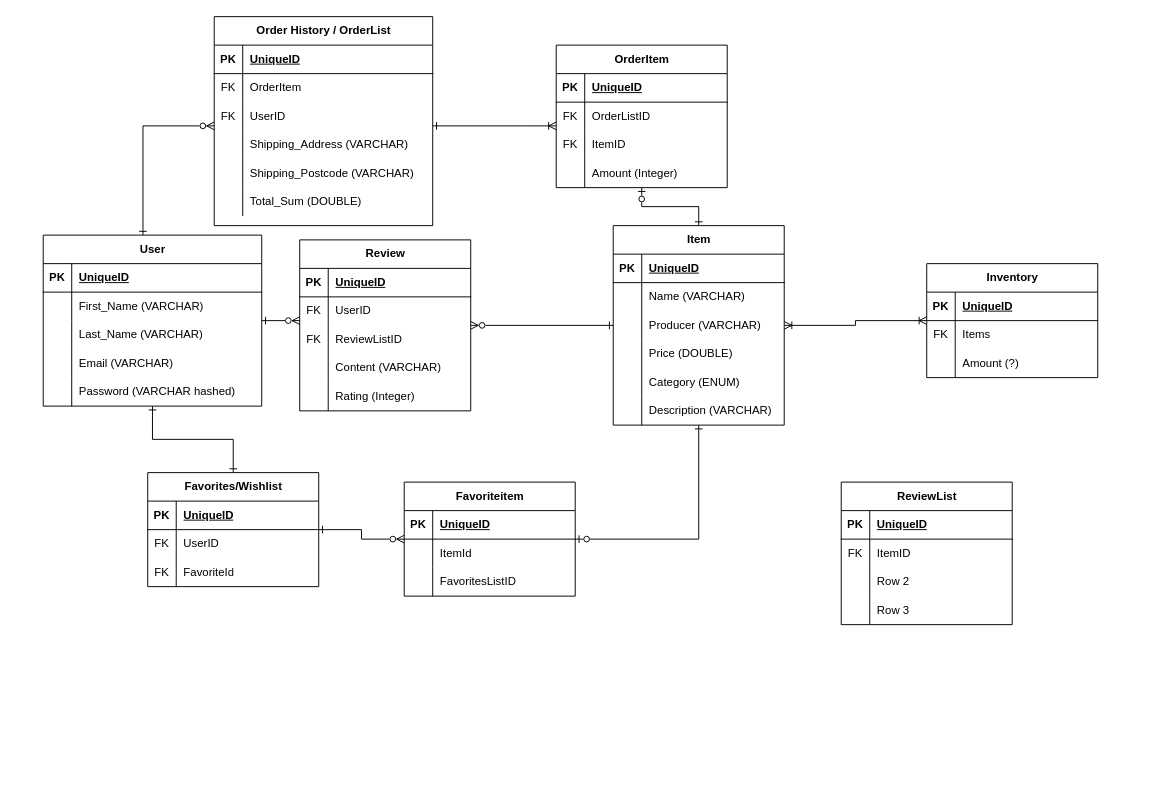
TheGrevling/Boolean-Project keeps this draw.io diagram as documentation/ER diagram.drawio. Above is the earlier version. Source tidied: cells renumbered, new cells numbered last; positions are measured from the earlier drawing's top-left corner, leaving out a move shared by most shapes. Both pictures are drawn from the tidied source at 95%, with x=0, y=0 at pixel (43, 16).
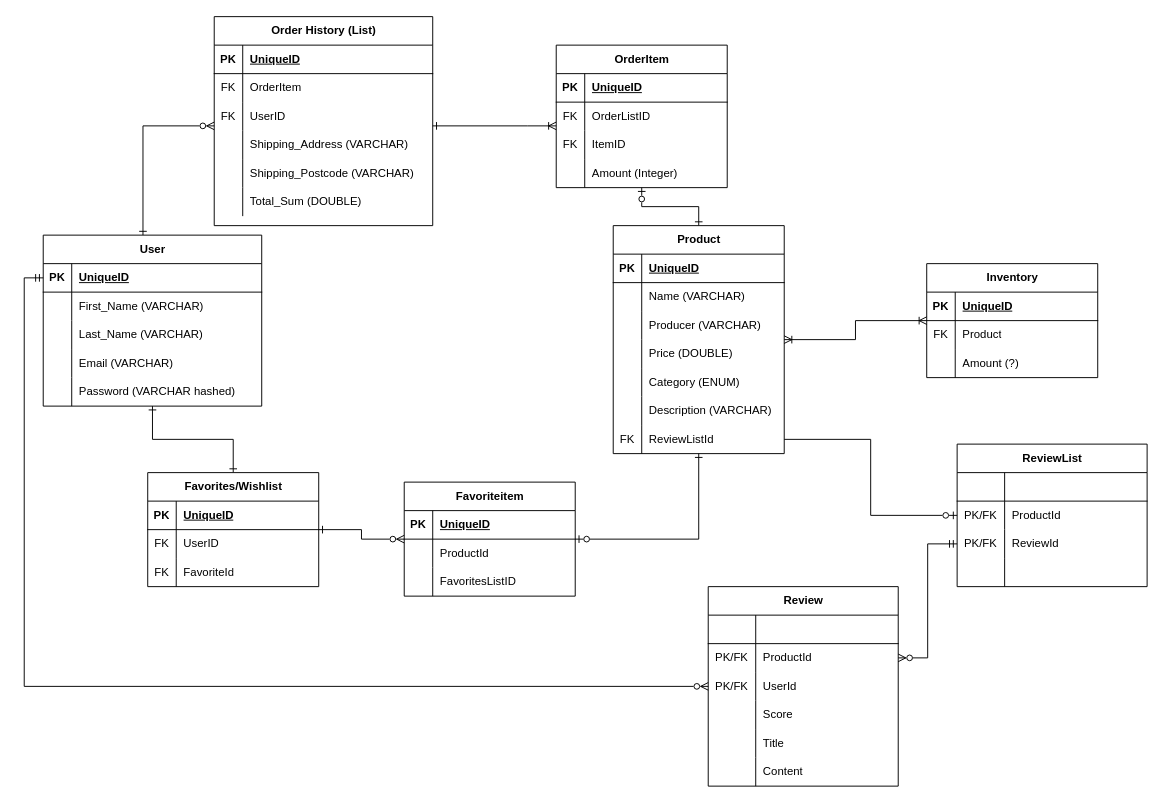
Above is the later version.

The change refers to these unchanged cells:
```xml
<mxCell id="5" value="User" style="shape=table;startSize=30;childLayout=tableLayout;rowLines=0;fontStyle=1;align=center;html=1;" parent="1" vertex="1">
  <mxGeometry y="230" width="230" height="180" as="geometry" />
</mxCell>
<mxCell id="6" style="shape=tableRow;horizontal=0;startSize=0;swimlaneHead=0;swimlaneBody=0;fillColor=none;points=[[0,0.5],[1,0.5]];portConstraint=eastwest;top=0;left=0;right=0;bottom=1;" parent="5" vertex="1">
  <mxGeometry y="30" width="230" height="30" as="geometry" />
</mxCell>
<mxCell id="66" style="shape=tableRow;horizontal=0;startSize=0;swimlaneHead=0;swimlaneBody=0;fillColor=none;top=0;left=0;right=0;bottom=0;" parent="62" vertex="1">
  <mxGeometry y="60" width="180" height="30" as="geometry" />
</mxCell>
<mxCell id="105" style="shape=tableRow;horizontal=0;startSize=0;swimlaneHead=0;swimlaneBody=0;fillColor=none;top=0;left=0;right=0;bottom=0;" parent="101" vertex="1">
  <mxGeometry y="60" width="180" height="30" as="geometry" />
</mxCell>
```

Change to the diagram source:
```diff
@@
-    <mxCell id="2" style="edgeStyle=orthogonalEdgeStyle;rounded=0;jettySize=auto;html=1;startArrow=ERone;startFill=0;endArrow=ERzeroToMany;endFill=0;" parent="1" edge="1" source="5" target="73">
-      <mxGeometry relative="1" as="geometry">
-        <Array as="points">
-          <mxPoint x="100" y="330" />
-        </Array>
-      </mxGeometry>
-    </mxCell>
@@
-    <mxCell id="22" value="Order History / OrderList" style="shape=table;startSize=30;childLayout=tableLayout;rowLines=0;fontStyle=1;align=center;html=1;" parent="1" vertex="1">
+    <mxCell id="22" value="Order History (List)" style="shape=table;startSize=30;childLayout=tableLayout;rowLines=0;fontStyle=1;align=center;html=1;" parent="1" vertex="1">
       <mxGeometry x="180" width="230" height="220" as="geometry" />
     </mxCell>
@@
-    <mxCell id="42" value="Item" style="shape=table;startSize=30;childLayout=tableLayout;rowLines=0;fontStyle=1;align=center;html=1;" parent="1" vertex="1">
-      <mxGeometry x="600" y="220" width="180" height="210" as="geometry" />
+    <mxCell id="42" value="Product" style="shape=table;startSize=30;childLayout=tableLayout;rowLines=0;fontStyle=1;align=center;html=1;" parent="1" vertex="1">
+      <mxGeometry x="600" y="220" width="180" height="240" as="geometry" />
     </mxCell>
@@
+    <mxCell id="137" style="shape=tableRow;horizontal=0;startSize=0;swimlaneHead=0;swimlaneBody=0;fillColor=none;points=[[0,0.5],[1,0.5]];portConstraint=eastwest;top=0;left=0;right=0;bottom=0;" parent="42" vertex="1">
+      <mxGeometry y="210" width="180" height="30" as="geometry" />
+    </mxCell>
+    <mxCell id="138" value="FK" style="shape=partialRectangle;fillColor=none;top=0;left=0;bottom=0;right=0;overflow=hidden;whiteSpace=wrap;html=1;" parent="137" vertex="1">
+      <mxGeometry width="30" height="30" as="geometry" />
+    </mxCell>
+    <mxCell id="139" value="ReviewListId" style="shape=partialRectangle;fillColor=none;top=0;left=0;bottom=0;right=0;align=left;spacingLeft=6;overflow=hidden;whiteSpace=wrap;html=1;" parent="137" vertex="1">
+      <mxGeometry x="30" width="150" height="30" as="geometry" />
+    </mxCell>
@@
-    <mxCell id="68" value="Items" style="shape=partialRectangle;fillColor=none;top=0;left=0;bottom=0;right=0;align=left;spacingLeft=6;overflow=hidden;whiteSpace=wrap;html=1;" parent="66" vertex="1">
+    <mxCell id="68" value="Product" style="shape=partialRectangle;fillColor=none;top=0;left=0;bottom=0;right=0;align=left;spacingLeft=6;overflow=hidden;whiteSpace=wrap;html=1;" parent="66" vertex="1">
       <mxGeometry x="30" width="150" height="30" as="geometry" />
     </mxCell>
@@
-    <mxCell id="72" style="edgeStyle=orthogonalEdgeStyle;rounded=0;jettySize=auto;html=1;startArrow=ERzeroToMany;startFill=0;endArrow=ERone;endFill=0;" parent="1" edge="1" source="73" target="42">
-      <mxGeometry relative="1" as="geometry" />
-    </mxCell>
-    <mxCell id="73" value="Review" style="shape=table;startSize=30;childLayout=tableLayout;rowLines=0;fontStyle=1;align=center;html=1;" parent="1" vertex="1">
-      <mxGeometry x="270" y="235" width="180" height="180" as="geometry" />
-    </mxCell>
-    <mxCell id="74" style="shape=tableRow;horizontal=0;startSize=0;swimlaneHead=0;swimlaneBody=0;fillColor=none;top=0;left=0;right=0;bottom=1;" parent="73" vertex="1">
-      <mxGeometry y="30" width="180" height="30" as="geometry" />
-    </mxCell>
-    <mxCell id="75" value="PK" style="shape=partialRectangle;fillColor=none;top=0;left=0;bottom=0;right=0;fontStyle=1;overflow=hidden;whiteSpace=wrap;html=1;" parent="74" vertex="1">
-      <mxGeometry width="30" height="30" as="geometry" />
-    </mxCell>
-    <mxCell id="76" value="UniqueID" style="shape=partialRectangle;fillColor=none;top=0;left=0;bottom=0;right=0;align=left;spacingLeft=6;fontStyle=5;overflow=hidden;whiteSpace=wrap;html=1;" parent="74" vertex="1">
-      <mxGeometry x="30" width="150" height="30" as="geometry" />
-    </mxCell>
-    <mxCell id="77" style="shape=tableRow;horizontal=0;startSize=0;swimlaneHead=0;swimlaneBody=0;fillColor=none;top=0;left=0;right=0;bottom=0;" parent="73" vertex="1">
-      <mxGeometry y="60" width="180" height="30" as="geometry" />
-    </mxCell>
-    <mxCell id="78" value="FK" style="shape=partialRectangle;fillColor=none;top=0;left=0;bottom=0;right=0;overflow=hidden;whiteSpace=wrap;html=1;" parent="77" vertex="1">
-      <mxGeometry width="30" height="30" as="geometry" />
-    </mxCell>
-    <mxCell id="79" value="UserID" style="shape=partialRectangle;fillColor=none;top=0;left=0;bottom=0;right=0;align=left;spacingLeft=6;overflow=hidden;whiteSpace=wrap;html=1;" parent="77" vertex="1">
-      <mxGeometry x="30" width="150" height="30" as="geometry" />
-    </mxCell>
-    <mxCell id="80" style="shape=tableRow;horizontal=0;startSize=0;swimlaneHead=0;swimlaneBody=0;fillColor=none;top=0;left=0;right=0;bottom=0;" parent="73" vertex="1">
-      <mxGeometry y="90" width="180" height="30" as="geometry" />
-    </mxCell>
-    <mxCell id="81" value="FK" style="shape=partialRectangle;fillColor=none;top=0;left=0;bottom=0;right=0;overflow=hidden;whiteSpace=wrap;html=1;" parent="80" vertex="1">
-      <mxGeometry width="30" height="30" as="geometry" />
-    </mxCell>
-    <mxCell id="82" value="ReviewListID" style="shape=partialRectangle;fillColor=none;top=0;left=0;bottom=0;right=0;align=left;spacingLeft=6;overflow=hidden;whiteSpace=wrap;html=1;" parent="80" vertex="1">
-      <mxGeometry x="30" width="150" height="30" as="geometry" />
-    </mxCell>
-    <mxCell id="83" style="shape=tableRow;horizontal=0;startSize=0;swimlaneHead=0;swimlaneBody=0;fillColor=none;top=0;left=0;right=0;bottom=0;" parent="73" vertex="1">
-      <mxGeometry y="120" width="180" height="30" as="geometry" />
-    </mxCell>
-    <mxCell id="84" style="shape=partialRectangle;fillColor=none;top=0;left=0;bottom=0;right=0;overflow=hidden;whiteSpace=wrap;html=1;" parent="83" vertex="1">
-      <mxGeometry width="30" height="30" as="geometry" />
-    </mxCell>
-    <mxCell id="85" value="Content (VARCHAR)" style="shape=partialRectangle;fillColor=none;top=0;left=0;bottom=0;right=0;align=left;spacingLeft=6;overflow=hidden;whiteSpace=wrap;html=1;" parent="83" vertex="1">
-      <mxGeometry x="30" width="150" height="30" as="geometry" />
-    </mxCell>
-    <mxCell id="86" style="shape=tableRow;horizontal=0;startSize=0;swimlaneHead=0;swimlaneBody=0;fillColor=none;top=0;left=0;right=0;bottom=0;" parent="73" vertex="1">
-      <mxGeometry y="150" width="180" height="30" as="geometry" />
-    </mxCell>
-    <mxCell id="87" style="shape=partialRectangle;fillColor=none;top=0;left=0;bottom=0;right=0;overflow=hidden;whiteSpace=wrap;html=1;" parent="86" vertex="1">
-      <mxGeometry width="30" height="30" as="geometry" />
-    </mxCell>
-    <mxCell id="88" value="Rating (Integer)" style="shape=partialRectangle;fillColor=none;top=0;left=0;bottom=0;right=0;align=left;spacingLeft=6;overflow=hidden;whiteSpace=wrap;html=1;" parent="86" vertex="1">
-      <mxGeometry x="30" width="150" height="30" as="geometry" />
-    </mxCell>
@@
-    <mxCell id="107" value="ItemId" style="shape=partialRectangle;fillColor=none;top=0;left=0;bottom=0;right=0;align=left;spacingLeft=6;overflow=hidden;whiteSpace=wrap;html=1;" parent="105" vertex="1">
+    <mxCell id="107" value="ProductId" style="shape=partialRectangle;fillColor=none;top=0;left=0;bottom=0;right=0;align=left;spacingLeft=6;overflow=hidden;whiteSpace=wrap;html=1;" parent="105" vertex="1">
       <mxGeometry x="30" width="150" height="30" as="geometry" />
     </mxCell>
@@
     <mxCell id="124" value="ReviewList" style="shape=table;startSize=30;childLayout=tableLayout;rowLines=0;fontStyle=1;align=center;html=1;" parent="1" vertex="1">
-      <mxGeometry x="840" y="490" width="180" height="150" as="geometry" />
+      <mxGeometry x="962" y="450" width="200" height="150" as="geometry" />
     </mxCell>
     <mxCell id="125" style="shape=tableRow;horizontal=0;startSize=0;swimlaneHead=0;swimlaneBody=0;fillColor=none;top=0;left=0;right=0;bottom=1;" parent="124" vertex="1">
-      <mxGeometry y="30" width="180" height="30" as="geometry" />
+      <mxGeometry y="30" width="200" height="30" as="geometry" />
     </mxCell>
-    <mxCell id="126" value="PK" style="shape=partialRectangle;fillColor=none;top=0;left=0;bottom=0;right=0;fontStyle=1;overflow=hidden;whiteSpace=wrap;html=1;" parent="125" vertex="1">
-      <mxGeometry width="30" height="30" as="geometry" />
+    <mxCell id="126" style="shape=partialRectangle;fillColor=none;top=0;left=0;bottom=0;right=0;fontStyle=1;overflow=hidden;whiteSpace=wrap;html=1;" parent="125" vertex="1">
+      <mxGeometry width="50" height="30" as="geometry" />
     </mxCell>
-    <mxCell id="127" value="UniqueID" style="shape=partialRectangle;fillColor=none;top=0;left=0;bottom=0;right=0;align=left;spacingLeft=6;fontStyle=5;overflow=hidden;whiteSpace=wrap;html=1;" parent="125" vertex="1">
-      <mxGeometry x="30" width="150" height="30" as="geometry" />
+    <mxCell id="127" style="shape=partialRectangle;fillColor=none;top=0;left=0;bottom=0;right=0;align=left;spacingLeft=6;fontStyle=5;overflow=hidden;whiteSpace=wrap;html=1;" parent="125" vertex="1">
+      <mxGeometry x="50" width="150" height="30" as="geometry" />
     </mxCell>
     <mxCell id="128" style="shape=tableRow;horizontal=0;startSize=0;swimlaneHead=0;swimlaneBody=0;fillColor=none;points=[[0,0.5],[1,0.5]];portConstraint=eastwest;top=0;left=0;right=0;bottom=0;" parent="124" vertex="1">
-      <mxGeometry y="60" width="180" height="30" as="geometry" />
+      <mxGeometry y="60" width="200" height="30" as="geometry" />
     </mxCell>
-    <mxCell id="129" value="FK" style="shape=partialRectangle;fillColor=none;top=0;left=0;bottom=0;right=0;overflow=hidden;whiteSpace=wrap;html=1;" parent="128" vertex="1">
-      <mxGeometry width="30" height="30" as="geometry" />
+    <mxCell id="129" value="PK/FK" style="shape=partialRectangle;fillColor=none;top=0;left=0;bottom=0;right=0;overflow=hidden;whiteSpace=wrap;html=1;" parent="128" vertex="1">
+      <mxGeometry width="50" height="30" as="geometry" />
     </mxCell>
-    <mxCell id="130" value="ItemID" style="shape=partialRectangle;fillColor=none;top=0;left=0;bottom=0;right=0;align=left;spacingLeft=6;overflow=hidden;whiteSpace=wrap;html=1;" parent="128" vertex="1">
-      <mxGeometry x="30" width="150" height="30" as="geometry" />
+    <mxCell id="130" value="ProductId" style="shape=partialRectangle;fillColor=none;top=0;left=0;bottom=0;right=0;align=left;spacingLeft=6;overflow=hidden;whiteSpace=wrap;html=1;" parent="128" vertex="1">
+      <mxGeometry x="50" width="150" height="30" as="geometry" />
     </mxCell>
     <mxCell id="131" style="shape=tableRow;horizontal=0;startSize=0;swimlaneHead=0;swimlaneBody=0;fillColor=none;points=[[0,0.5],[1,0.5]];portConstraint=eastwest;top=0;left=0;right=0;bottom=0;" parent="124" vertex="1">
-      <mxGeometry y="90" width="180" height="30" as="geometry" />
+      <mxGeometry y="90" width="200" height="30" as="geometry" />
     </mxCell>
-    <mxCell id="132" style="shape=partialRectangle;fillColor=none;top=0;left=0;bottom=0;right=0;overflow=hidden;whiteSpace=wrap;html=1;" parent="131" vertex="1">
-      <mxGeometry width="30" height="30" as="geometry" />
+    <mxCell id="132" value="PK/FK" style="shape=partialRectangle;fillColor=none;top=0;left=0;bottom=0;right=0;overflow=hidden;whiteSpace=wrap;html=1;" parent="131" vertex="1">
+      <mxGeometry width="50" height="30" as="geometry" />
     </mxCell>
-    <mxCell id="133" value="Row 2" style="shape=partialRectangle;fillColor=none;top=0;left=0;bottom=0;right=0;align=left;spacingLeft=6;overflow=hidden;whiteSpace=wrap;html=1;" parent="131" vertex="1">
-      <mxGeometry x="30" width="150" height="30" as="geometry" />
+    <mxCell id="133" value="ReviewId" style="shape=partialRectangle;fillColor=none;top=0;left=0;bottom=0;right=0;align=left;spacingLeft=6;overflow=hidden;whiteSpace=wrap;html=1;" parent="131" vertex="1">
+      <mxGeometry x="50" width="150" height="30" as="geometry" />
     </mxCell>
     <mxCell id="134" style="shape=tableRow;horizontal=0;startSize=0;swimlaneHead=0;swimlaneBody=0;fillColor=none;top=0;left=0;right=0;bottom=0;" parent="124" vertex="1">
-      <mxGeometry y="120" width="180" height="30" as="geometry" />
+      <mxGeometry y="120" width="200" height="30" as="geometry" />
     </mxCell>
     <mxCell id="135" style="shape=partialRectangle;fillColor=none;top=0;left=0;bottom=0;right=0;overflow=hidden;whiteSpace=wrap;html=1;" parent="134" vertex="1">
-      <mxGeometry width="30" height="30" as="geometry" />
+      <mxGeometry width="50" height="30" as="geometry" />
     </mxCell>
-    <mxCell id="136" value="Row 3" style="shape=partialRectangle;fillColor=none;top=0;left=0;bottom=0;right=0;align=left;spacingLeft=6;overflow=hidden;whiteSpace=wrap;html=1;" parent="134" vertex="1">
-      <mxGeometry x="30" width="150" height="30" as="geometry" />
+    <mxCell id="136" style="shape=partialRectangle;fillColor=none;top=0;left=0;bottom=0;right=0;align=left;spacingLeft=6;overflow=hidden;whiteSpace=wrap;html=1;" parent="134" vertex="1">
+      <mxGeometry x="50" width="150" height="30" as="geometry" />
     </mxCell>
+    <mxCell id="140" style="edgeStyle=orthogonalEdgeStyle;rounded=0;jettySize=auto;html=1;entryX=0;entryY=0.5;entryDx=0;entryDy=0;endArrow=ERzeroToOne;endFill=0;" parent="1" edge="1" source="137" target="128">
+      <mxGeometry relative="1" as="geometry" />
+    </mxCell>
+    <mxCell id="73" value="Review" style="shape=table;startSize=30;childLayout=tableLayout;rowLines=0;fontStyle=1;align=center;html=1;" parent="1" vertex="1">
+      <mxGeometry x="700" y="600" width="200" height="210" as="geometry" />
+    </mxCell>
+    <mxCell id="141" style="shape=tableRow;horizontal=0;startSize=0;swimlaneHead=0;swimlaneBody=0;fillColor=none;top=0;left=0;right=0;bottom=1;" parent="73" vertex="1">
+      <mxGeometry y="30" width="200" height="30" as="geometry" />
+    </mxCell>
+    <mxCell id="142" style="shape=partialRectangle;fillColor=none;top=0;left=0;bottom=0;right=0;fontStyle=1;overflow=hidden;whiteSpace=wrap;html=1;" parent="141" vertex="1">
+      <mxGeometry width="50" height="30" as="geometry" />
+    </mxCell>
+    <mxCell id="143" style="shape=partialRectangle;fillColor=none;top=0;left=0;bottom=0;right=0;align=left;spacingLeft=6;fontStyle=5;overflow=hidden;whiteSpace=wrap;html=1;" parent="141" vertex="1">
+      <mxGeometry x="50" width="150" height="30" as="geometry" />
+    </mxCell>
+    <mxCell id="144" style="shape=tableRow;horizontal=0;startSize=0;swimlaneHead=0;swimlaneBody=0;fillColor=none;points=[[0,0.5],[1,0.5]];portConstraint=eastwest;top=0;left=0;right=0;bottom=0;" parent="73" vertex="1">
+      <mxGeometry y="60" width="200" height="30" as="geometry" />
+    </mxCell>
+    <mxCell id="145" value="PK/FK" style="shape=partialRectangle;fillColor=none;top=0;left=0;bottom=0;right=0;overflow=hidden;whiteSpace=wrap;html=1;" parent="144" vertex="1">
+      <mxGeometry width="50" height="30" as="geometry" />
+    </mxCell>
+    <mxCell id="146" value="ProductId" style="shape=partialRectangle;fillColor=none;top=0;left=0;bottom=0;right=0;align=left;spacingLeft=6;overflow=hidden;whiteSpace=wrap;html=1;" parent="144" vertex="1">
+      <mxGeometry x="50" width="150" height="30" as="geometry" />
+    </mxCell>
+    <mxCell id="147" style="shape=tableRow;horizontal=0;startSize=0;swimlaneHead=0;swimlaneBody=0;fillColor=none;points=[[0,0.5],[1,0.5]];portConstraint=eastwest;top=0;left=0;right=0;bottom=0;" parent="73" vertex="1">
+      <mxGeometry y="90" width="200" height="30" as="geometry" />
+    </mxCell>
+    <mxCell id="148" value="PK/FK" style="shape=partialRectangle;fillColor=none;top=0;left=0;bottom=0;right=0;overflow=hidden;whiteSpace=wrap;html=1;" parent="147" vertex="1">
+      <mxGeometry width="50" height="30" as="geometry" />
+    </mxCell>
+    <mxCell id="149" value="UserId" style="shape=partialRectangle;fillColor=none;top=0;left=0;bottom=0;right=0;align=left;spacingLeft=6;overflow=hidden;whiteSpace=wrap;html=1;" parent="147" vertex="1">
+      <mxGeometry x="50" width="150" height="30" as="geometry" />
+    </mxCell>
+    <mxCell id="150" style="shape=tableRow;horizontal=0;startSize=0;swimlaneHead=0;swimlaneBody=0;fillColor=none;top=0;left=0;right=0;bottom=0;" parent="73" vertex="1">
+      <mxGeometry y="120" width="200" height="30" as="geometry" />
+    </mxCell>
+    <mxCell id="151" style="shape=partialRectangle;fillColor=none;top=0;left=0;bottom=0;right=0;overflow=hidden;whiteSpace=wrap;html=1;" parent="150" vertex="1">
+      <mxGeometry width="50" height="30" as="geometry" />
+    </mxCell>
+    <mxCell id="152" value="Score" style="shape=partialRectangle;fillColor=none;top=0;left=0;bottom=0;right=0;align=left;spacingLeft=6;overflow=hidden;whiteSpace=wrap;html=1;" parent="150" vertex="1">
+      <mxGeometry x="50" width="150" height="30" as="geometry" />
+    </mxCell>
+    <mxCell id="153" style="shape=tableRow;horizontal=0;startSize=0;swimlaneHead=0;swimlaneBody=0;fillColor=none;top=0;left=0;right=0;bottom=0;" parent="73" vertex="1">
+      <mxGeometry y="150" width="200" height="30" as="geometry" />
+    </mxCell>
+    <mxCell id="154" style="shape=partialRectangle;fillColor=none;top=0;left=0;bottom=0;right=0;overflow=hidden;whiteSpace=wrap;html=1;" parent="153" vertex="1">
+      <mxGeometry width="50" height="30" as="geometry" />
+    </mxCell>
+    <mxCell id="155" value="Title" style="shape=partialRectangle;fillColor=none;top=0;left=0;bottom=0;right=0;align=left;spacingLeft=6;overflow=hidden;whiteSpace=wrap;html=1;" parent="153" vertex="1">
+      <mxGeometry x="50" width="150" height="30" as="geometry" />
+    </mxCell>
+    <mxCell id="156" style="shape=tableRow;horizontal=0;startSize=0;swimlaneHead=0;swimlaneBody=0;fillColor=none;top=0;left=0;right=0;bottom=0;" parent="73" vertex="1">
+      <mxGeometry y="180" width="200" height="30" as="geometry" />
+    </mxCell>
+    <mxCell id="157" style="shape=partialRectangle;fillColor=none;top=0;left=0;bottom=0;right=0;overflow=hidden;whiteSpace=wrap;html=1;" parent="156" vertex="1">
+      <mxGeometry width="50" height="30" as="geometry" />
+    </mxCell>
+    <mxCell id="158" value="Content" style="shape=partialRectangle;fillColor=none;top=0;left=0;bottom=0;right=0;align=left;spacingLeft=6;overflow=hidden;whiteSpace=wrap;html=1;" parent="156" vertex="1">
+      <mxGeometry x="50" width="150" height="30" as="geometry" />
+    </mxCell>
+    <mxCell id="159" style="edgeStyle=orthogonalEdgeStyle;rounded=0;jettySize=auto;html=1;entryX=1;entryY=0.5;entryDx=0;entryDy=0;endArrow=ERzeroToMany;endFill=0;startArrow=ERmandOne;startFill=0;" parent="1" edge="1" source="131" target="144">
+      <mxGeometry relative="1" as="geometry" />
+    </mxCell>
+    <mxCell id="160" style="edgeStyle=orthogonalEdgeStyle;rounded=0;jettySize=auto;html=1;entryX=0;entryY=0.5;entryDx=0;entryDy=0;endArrow=ERmandOne;endFill=0;startArrow=ERzeroToMany;startFill=0;" parent="1" edge="1" source="147" target="6">
+      <mxGeometry relative="1" as="geometry" />
+    </mxCell>
```
